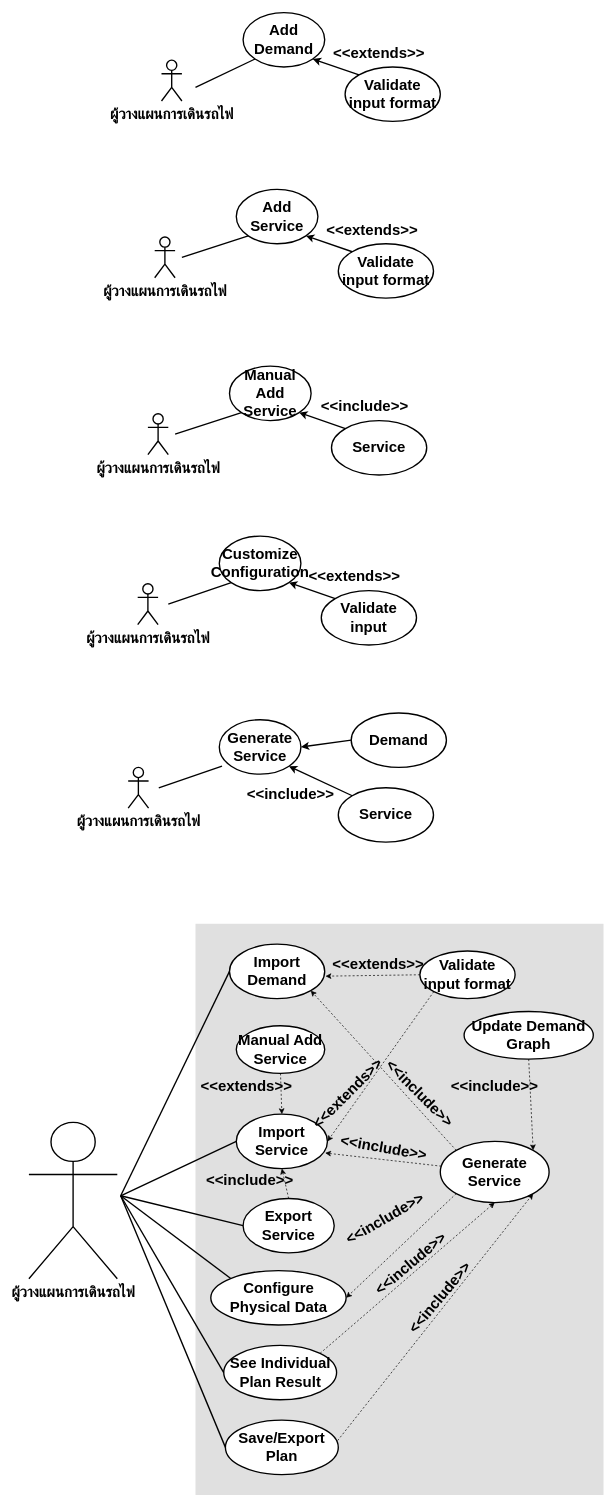
Earlier version of the draw.io diagram Service_plan_form/Resources/UseCase1_add_demand.drawio (atchapcyp/service_plan_form). Source tidied: cells renumbered, new cells numbered last; positions are measured from the earlier drawing's top-left corner, leaving out a move shared by most shapes. Both pictures are drawn from the tidied source at 68%, with x=0, y=0 at pixel (29, 12).
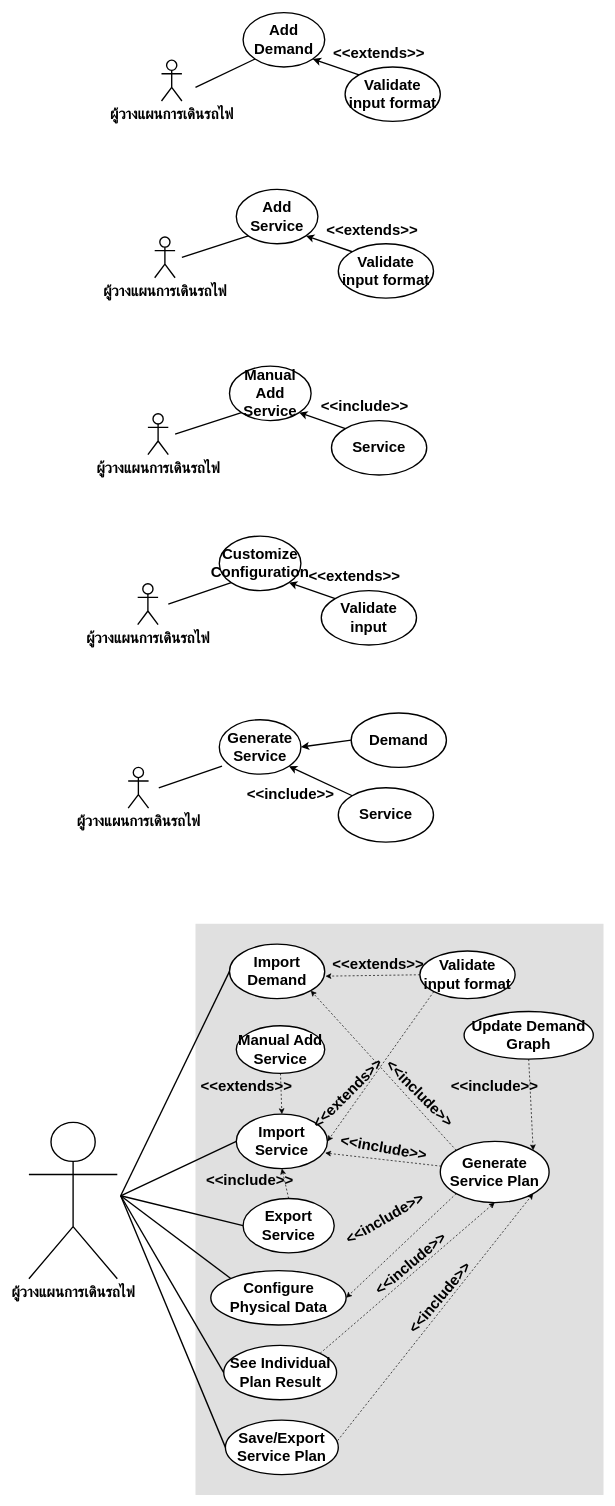
The same page after the edit.

Change to the diagram source:
```diff
@@
-    <mxCell id="47" value="Generate Service" style="ellipse;whiteSpace=wrap;html=1;strokeWidth=2;fontFamily=TH Sarabun New;fontSize=22;fontStyle=1;" parent="1" vertex="1">
+    <mxCell id="47" value="Generate Service Plan" style="ellipse;whiteSpace=wrap;html=1;strokeWidth=2;fontFamily=TH Sarabun New;fontSize=22;fontStyle=1;" parent="1" vertex="1">
       <mxGeometry x="605" y="1660" width="160" height="90" as="geometry" />
     </mxCell>
@@
-    <mxCell id="64" value="Save/Export Plan" style="ellipse;whiteSpace=wrap;html=1;strokeWidth=2;fontFamily=TH Sarabun New;fontSize=22;fontStyle=1;" parent="1" vertex="1">
+    <mxCell id="64" value="Save/Export &lt;br&gt;Service Plan" style="ellipse;whiteSpace=wrap;html=1;strokeWidth=2;fontFamily=TH Sarabun New;fontSize=22;fontStyle=1;" parent="1" vertex="1">
       <mxGeometry x="289" y="2070" width="166" height="80" as="geometry" />
     </mxCell>
```
